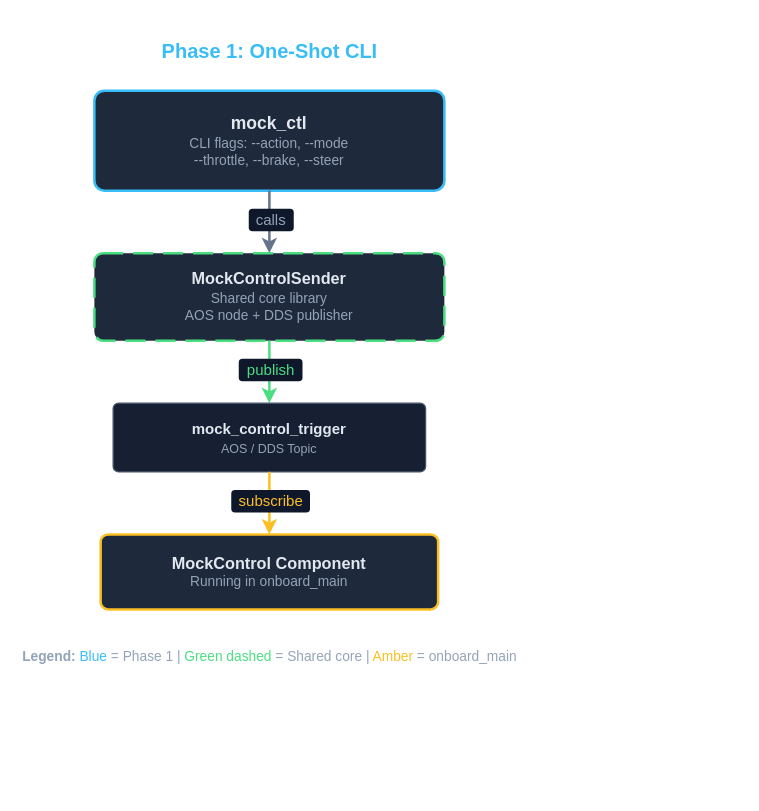
Before: mock-control-cli/phase1.drawio in terry-zhangty/design-docs, a draw.io diagram. Source tidied: cells renumbered, new cells numbered last; positions are measured from the earlier drawing's top-left corner, leaving out a move shared by most shapes. Both pictures are drawn from the tidied source at 125%, with x=0, y=0 at pixel (44, 28).
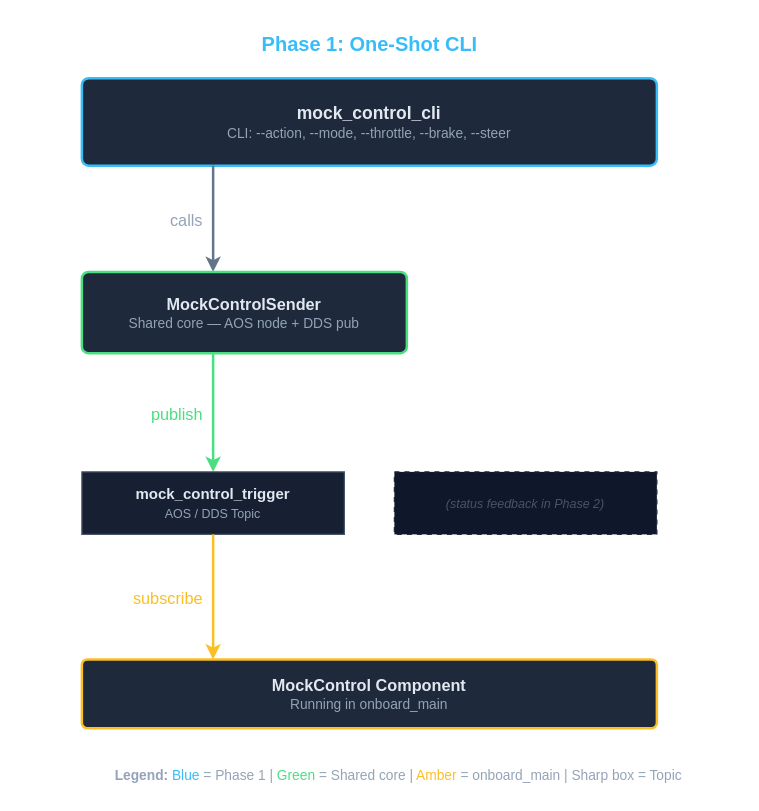
The same diagram, later.

Commit message (it also covers changes not shown here):
Refine diagram visuals: labels, borders, naming, and topic differentiation

The edit, as a diff of the source:
```diff
@@
     <mxCell id="2" value="&lt;b style=&quot;font-size:16px&quot;&gt;Phase 1: One-Shot CLI&lt;/b&gt;" style="text;html=1;strokeColor=none;fillColor=none;align=center;verticalAlign=middle;fontColor=#38bdf8;" parent="1" vertex="1">
-      <mxGeometry x="30" width="300" height="35" as="geometry" />
+      <mxGeometry x="60" y="-5" width="400" height="35" as="geometry" />
     </mxCell>
-    <mxCell id="3" value="&lt;b style=&quot;font-size:14px&quot;&gt;mock_ctl&lt;/b&gt;&lt;br&gt;&lt;span style=&quot;font-size:11px;color:#94a3b8&quot;&gt;CLI flags: --action, --mode&lt;br&gt;--throttle, --brake, --steer&lt;/span&gt;" style="rounded=1;whiteSpace=wrap;html=1;fillColor=#1e293b;strokeColor=#38bdf8;strokeWidth=2;fontColor=#e2e8f0;arcSize=10;" parent="1" vertex="1">
-      <mxGeometry x="40" y="50" width="280" height="80" as="geometry" />
+    <mxCell id="3" value="&lt;b style=&quot;font-size:14px&quot;&gt;mock_control_cli&lt;/b&gt;&lt;br&gt;&lt;span style=&quot;font-size:11px;color:#94a3b8&quot;&gt;CLI: --action, --mode, --throttle, --brake, --steer&lt;/span&gt;" style="rounded=1;whiteSpace=wrap;html=1;fillColor=#1e293b;strokeColor=#38bdf8;strokeWidth=2;fontColor=#e2e8f0;arcSize=8;" parent="1" vertex="1">
+      <mxGeometry x="30" y="40" width="460" height="70" as="geometry" />
     </mxCell>
-    <mxCell id="4" style="edgeStyle=orthogonalEdgeStyle;rounded=1;html=1;strokeColor=#64748b;strokeWidth=2;exitX=0.5;exitY=1;entryX=0.5;entryY=0;endArrow=classic;endFill=1;" parent="1" edge="1" source="3" target="6">
-      <mxGeometry relative="1" as="geometry" />
+    <mxCell id="4" style="edgeStyle=orthogonalEdgeStyle;rounded=1;html=1;strokeColor=#64748b;strokeWidth=2;endArrow=classic;endFill=1;labelBackgroundColor=none;" parent="1" edge="1" source="3" target="6">
+      <mxGeometry relative="1" as="geometry">
+        <Array as="points">
+          <mxPoint x="135" y="120" />
+          <mxPoint x="135" y="185" />
+        </Array>
+      </mxGeometry>
     </mxCell>
-    <mxCell id="5" value="&lt;span style=&quot;font-size:12px;color:#94a3b8;background:#0f172a;padding:2px 6px;border-radius:3px&quot;&gt;calls&lt;/span&gt;" style="edgeLabel;html=1;align=center;verticalAlign=middle;" parent="4" vertex="1">
-      <mxGeometry x="-0.1" relative="1" as="geometry" />
+    <mxCell id="5" value="&lt;span style=&quot;font-size:13px;color:#94a3b8&quot;&gt;calls&lt;/span&gt;" style="edgeLabel;html=1;align=right;verticalAlign=middle;labelBackgroundColor=none;" parent="4" vertex="1">
+      <mxGeometry relative="1" as="geometry">
+        <mxPoint x="-8" as="offset" />
+      </mxGeometry>
     </mxCell>
-    <mxCell id="6" value="&lt;b style=&quot;font-size:13px&quot;&gt;MockControlSender&lt;/b&gt;&lt;br&gt;&lt;span style=&quot;font-size:11px;color:#94a3b8&quot;&gt;Shared core library&lt;br&gt;AOS node + DDS publisher&lt;/span&gt;" style="rounded=1;whiteSpace=wrap;html=1;fillColor=#1e293b;strokeColor=#4ade80;strokeWidth=2;fontColor=#e2e8f0;arcSize=10;dashed=1;dashPattern=8 4;" parent="1" vertex="1">
-      <mxGeometry x="40" y="180" width="280" height="70" as="geometry" />
+    <mxCell id="6" value="&lt;b style=&quot;font-size:13px&quot;&gt;MockControlSender&lt;/b&gt;&lt;br&gt;&lt;span style=&quot;font-size:11px;color:#94a3b8&quot;&gt;Shared core — AOS node + DDS pub&lt;/span&gt;" style="rounded=1;whiteSpace=wrap;html=1;fillColor=#1e293b;strokeColor=#4ade80;strokeWidth=2;fontColor=#e2e8f0;arcSize=8;" parent="1" vertex="1">
+      <mxGeometry x="30" y="195" width="260" height="65" as="geometry" />
     </mxCell>
-    <mxCell id="7" style="edgeStyle=orthogonalEdgeStyle;rounded=1;html=1;strokeColor=#4ade80;strokeWidth=2;exitX=0.5;exitY=1;entryX=0.5;entryY=0;endArrow=classic;endFill=1;" parent="1" edge="1" source="6" target="9">
-      <mxGeometry relative="1" as="geometry" />
+    <mxCell id="7" style="edgeStyle=orthogonalEdgeStyle;rounded=1;html=1;strokeColor=#4ade80;strokeWidth=2;endArrow=classic;endFill=1;labelBackgroundColor=none;" parent="1" edge="1" source="6" target="9">
+      <mxGeometry relative="1" as="geometry">
+        <Array as="points">
+          <mxPoint x="135" y="270" />
+          <mxPoint x="135" y="345" />
+        </Array>
+      </mxGeometry>
     </mxCell>
-    <mxCell id="8" value="&lt;span style=&quot;font-size:12px;color:#4ade80;background:#0f172a;padding:2px 6px;border-radius:3px&quot;&gt;publish&lt;/span&gt;" style="edgeLabel;html=1;align=center;verticalAlign=middle;" parent="7" vertex="1">
-      <mxGeometry x="-0.1" relative="1" as="geometry" />
+    <mxCell id="8" value="&lt;span style=&quot;font-size:13px;color:#4ade80&quot;&gt;publish&lt;/span&gt;" style="edgeLabel;html=1;align=right;verticalAlign=middle;labelBackgroundColor=none;" parent="7" vertex="1">
+      <mxGeometry relative="1" as="geometry">
+        <mxPoint x="-8" as="offset" />
+      </mxGeometry>
     </mxCell>
-    <mxCell id="9" value="&lt;b style=&quot;font-size:12px&quot;&gt;mock_control_trigger&lt;/b&gt;&lt;br&gt;&lt;span style=&quot;font-size:10px;color:#94a3b8&quot;&gt;AOS / DDS Topic&lt;/span&gt;" style="rounded=1;whiteSpace=wrap;html=1;fillColor=#162032;strokeColor=#475569;strokeWidth=1;fontColor=#e2e8f0;arcSize=8;" parent="1" vertex="1">
-      <mxGeometry x="55" y="300" width="250" height="55" as="geometry" />
+    <mxCell id="9" value="&lt;b style=&quot;font-size:12px&quot;&gt;mock_control_trigger&lt;/b&gt;&lt;br&gt;&lt;span style=&quot;font-size:10px;color:#94a3b8&quot;&gt;AOS / DDS Topic&lt;/span&gt;" style="rounded=0;whiteSpace=wrap;html=1;fillColor=#162032;strokeColor=#475569;strokeWidth=1;fontColor=#e2e8f0;" parent="1" vertex="1">
+      <mxGeometry x="30" y="355" width="210" height="50" as="geometry" />
     </mxCell>
+    <mxCell id="14" value="&lt;span style=&quot;font-size:10px;color:#475569;font-style:italic&quot;&gt;(status feedback in Phase 2)&lt;/span&gt;" style="rounded=0;whiteSpace=wrap;html=1;fillColor=#0f172a;strokeColor=#1e293b;strokeWidth=1;fontColor=#475569;dashed=1;dashPattern=4 4;" parent="1" vertex="1">
+      <mxGeometry x="280" y="355" width="210" height="50" as="geometry" />
+    </mxCell>
-    <mxCell id="10" style="edgeStyle=orthogonalEdgeStyle;rounded=1;html=1;strokeColor=#fbbf24;strokeWidth=2;exitX=0.5;exitY=1;entryX=0.5;entryY=0;endArrow=classic;endFill=1;" parent="1" edge="1" source="9" target="12">
-      <mxGeometry relative="1" as="geometry" />
+    <mxCell id="10" style="edgeStyle=orthogonalEdgeStyle;rounded=1;html=1;strokeColor=#fbbf24;strokeWidth=2;endArrow=classic;endFill=1;labelBackgroundColor=none;" parent="1" edge="1" source="9" target="12">
+      <mxGeometry relative="1" as="geometry">
+        <Array as="points">
+          <mxPoint x="135" y="415" />
+          <mxPoint x="135" y="495" />
+        </Array>
+      </mxGeometry>
     </mxCell>
-    <mxCell id="11" value="&lt;span style=&quot;font-size:12px;color:#fbbf24;background:#0f172a;padding:2px 6px;border-radius:3px&quot;&gt;subscribe&lt;/span&gt;" style="edgeLabel;html=1;align=center;verticalAlign=middle;" parent="10" vertex="1">
-      <mxGeometry x="-0.1" relative="1" as="geometry" />
+    <mxCell id="11" value="&lt;span style=&quot;font-size:13px;color:#fbbf24&quot;&gt;subscribe&lt;/span&gt;" style="edgeLabel;html=1;align=right;verticalAlign=middle;labelBackgroundColor=none;" parent="10" vertex="1">
+      <mxGeometry relative="1" as="geometry">
+        <mxPoint x="-8" as="offset" />
+      </mxGeometry>
     </mxCell>
-    <mxCell id="12" value="&lt;b style=&quot;font-size:13px&quot;&gt;MockControl Component&lt;/b&gt;&lt;br&gt;&lt;span style=&quot;font-size:11px;color:#94a3b8&quot;&gt;Running in onboard_main&lt;/span&gt;" style="rounded=1;whiteSpace=wrap;html=1;fillColor=#1e293b;strokeColor=#fbbf24;strokeWidth=2;fontColor=#e2e8f0;arcSize=10;" parent="1" vertex="1">
-      <mxGeometry x="45" y="405" width="270" height="60" as="geometry" />
+    <mxCell id="12" value="&lt;b style=&quot;font-size:13px&quot;&gt;MockControl Component&lt;/b&gt;&lt;br&gt;&lt;span style=&quot;font-size:11px;color:#94a3b8&quot;&gt;Running in onboard_main&lt;/span&gt;" style="rounded=1;whiteSpace=wrap;html=1;fillColor=#1e293b;strokeColor=#fbbf24;strokeWidth=2;fontColor=#e2e8f0;arcSize=8;" parent="1" vertex="1">
+      <mxGeometry x="30" y="505" width="460" height="55" as="geometry" />
     </mxCell>
-    <mxCell id="13" value="&lt;span style=&quot;font-size:11px;color:#94a3b8&quot;&gt;&lt;b&gt;Legend:&lt;/b&gt;  &lt;span style=&quot;color:#38bdf8&quot;&gt;Blue&lt;/span&gt; = Phase 1  |  &lt;span style=&quot;color:#4ade80&quot;&gt;Green dashed&lt;/span&gt; = Shared core  |  &lt;span style=&quot;color:#fbbf24&quot;&gt;Amber&lt;/span&gt; = onboard_main&lt;/span&gt;" style="text;html=1;strokeColor=none;fillColor=none;align=center;verticalAlign=middle;" parent="1" vertex="1">
-      <mxGeometry y="490" width="360" height="25" as="geometry" />
+    <mxCell id="13" value="&lt;span style=&quot;font-size:11px;color:#94a3b8&quot;&gt;&lt;b&gt;Legend:&lt;/b&gt;  &lt;span style=&quot;color:#38bdf8&quot;&gt;Blue&lt;/span&gt; = Phase 1  |  &lt;span style=&quot;color:#4ade80&quot;&gt;Green&lt;/span&gt; = Shared core  |  &lt;span style=&quot;color:#fbbf24&quot;&gt;Amber&lt;/span&gt; = onboard_main  |  Sharp box = Topic&lt;/span&gt;" style="text;html=1;strokeColor=none;fillColor=none;align=center;verticalAlign=middle;" parent="1" vertex="1">
+      <mxGeometry x="10" y="585" width="545" height="25" as="geometry" />
     </mxCell>
```
